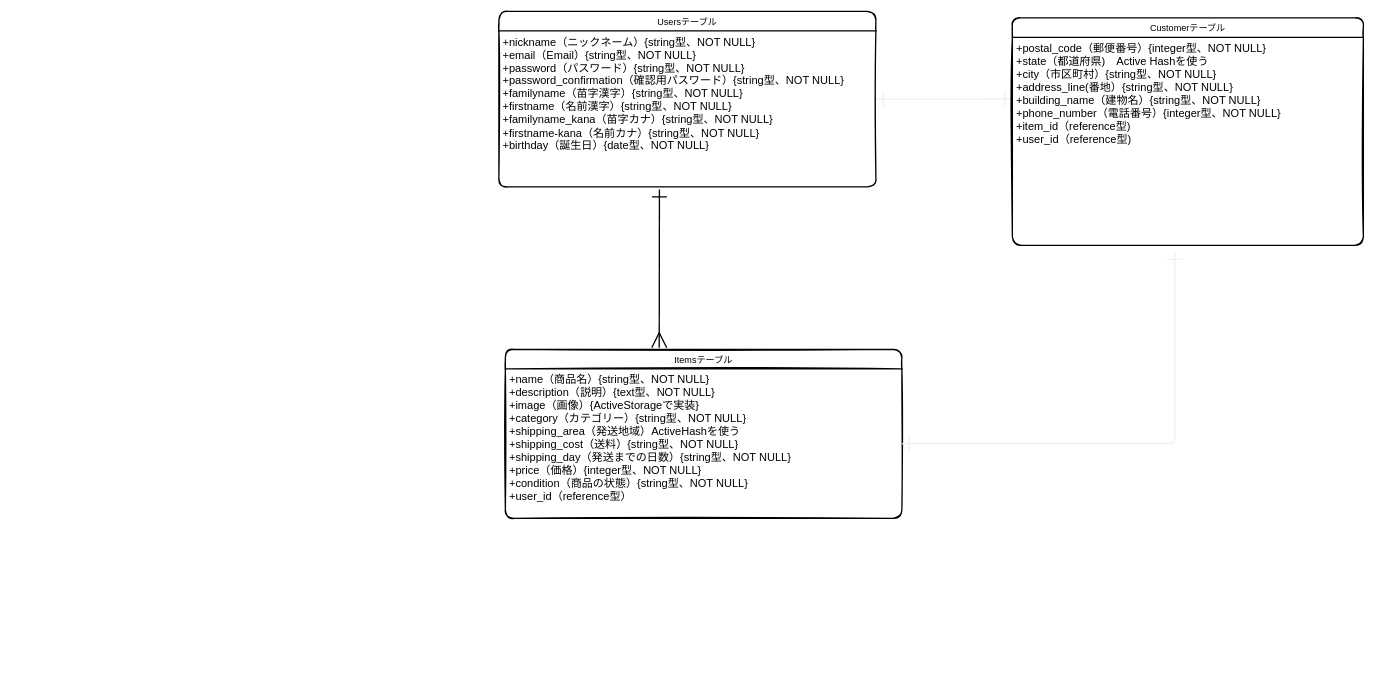
Before: page "ページ1" (1 of 2) of app/furuma.dio in morioka1206/furima-9916, a draw.io diagram. Source tidied: cells renumbered, new cells numbered last; positions are measured from the earlier drawing's top-left corner, leaving out a move shared by most shapes. Both pictures are drawn from the tidied source at 65%, with x=0, y=0 at pixel (499, 11).
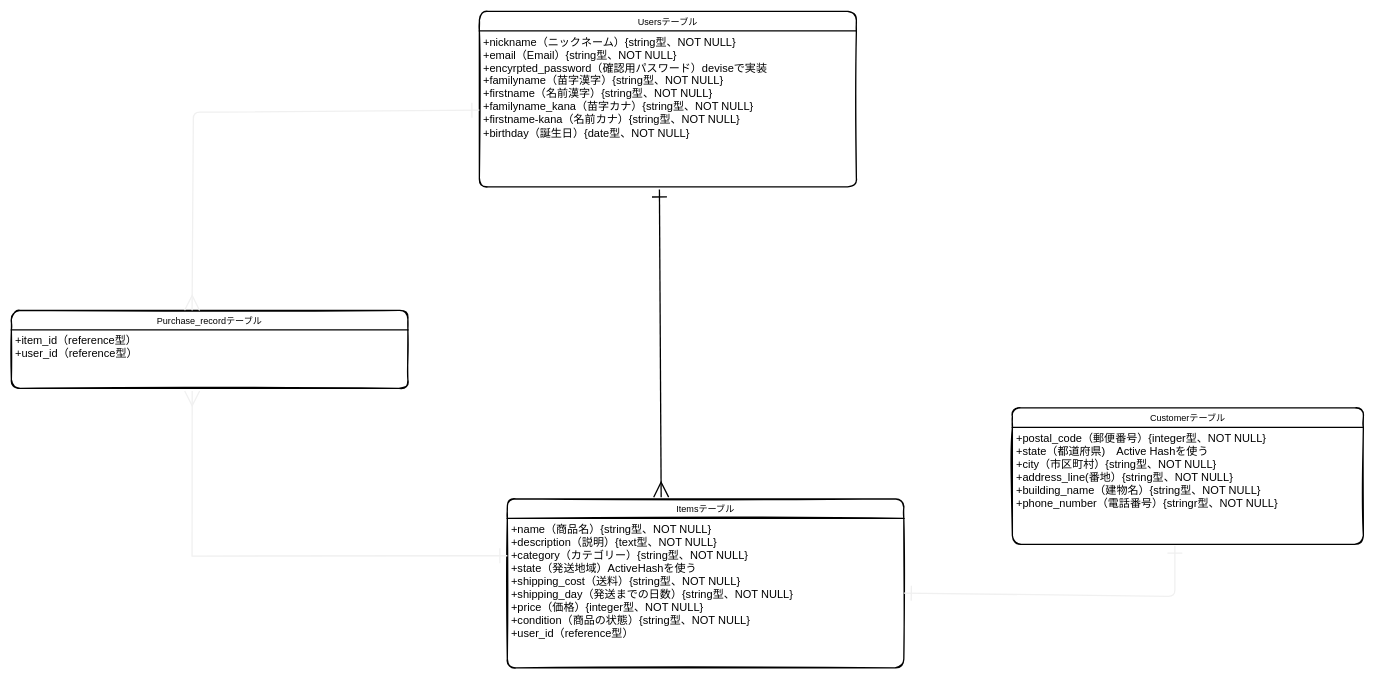
Above is the later version.

Commit message (it also covers changes not shown here):
データベース設計2

The edit, as a diff of the source:
```diff
@@
 <mxGraphModel>
   <root>
     <mxCell id="0" />
     <mxCell id="1" parent="0" />
-    <mxCell id="2" style="edgeStyle=none;rounded=0;sketch=0;jumpSize=4;jettySize=auto;html=1;exitX=1;exitY=0.5;exitDx=0;exitDy=0;startArrow=ERone;startFill=0;startSize=20;endArrow=ERone;endFill=0;endSize=20;targetPerimeterSpacing=0;strokeColor=#f0f0f0;strokeWidth=2;entryX=0;entryY=0.295;entryDx=0;entryDy=0;entryPerimeter=0;" parent="1" edge="1" source="3" target="6">
-      <mxGeometry relative="1" as="geometry">
-        <Array as="points">
-          <mxPoint x="740" y="135" />
-        </Array>
-      </mxGeometry>
-    </mxCell>
     <mxCell id="3" value="Usersテーブル" style="swimlane;horizontal=1;startSize=30;rounded=1;fontSize=14;fontStyle=0;strokeWidth=2;shadow=0;dashed=0;align=center;sketch=1;" parent="1" vertex="1">
-      <mxGeometry width="580" height="270" as="geometry" />
+      <mxGeometry x="-30" width="580" height="270" as="geometry" />
     </mxCell>
-    <mxCell id="4" value="+nickname（ニックネーム）{string型、NOT NULL}&#10;+email（Email）{string型、NOT NULL}&#10;+password（パスワード）{string型、NOT NULL}&#10;+password_confirmation（確認用パスワード）{string型、NOT NULL}&#10;+familyname（苗字漢字）{string型、NOT NULL}&#10;+firstname（名前漢字）{string型、NOT NULL}&#10;+familyname_kana（苗字カナ）{string型、NOT NULL}&#10;+firstname-kana（名前カナ）{string型、NOT NULL}&#10;+birthday（誕生日）{date型、NOT NULL}" style="align=left;strokeColor=none;fillColor=none;spacingLeft=4;fontSize=17;verticalAlign=top;sketch=1;" parent="3" vertex="1">
+    <mxCell id="4" value="+nickname（ニックネーム）{string型、NOT NULL}&#10;+email（Email）{string型、NOT NULL}&#10;+encyrpted_password（確認用パスワード）deviseで実装&#10;+familyname（苗字漢字）{string型、NOT NULL}&#10;+firstname（名前漢字）{string型、NOT NULL}&#10;+familyname_kana（苗字カナ）{string型、NOT NULL}&#10;+firstname-kana（名前カナ）{string型、NOT NULL}&#10;+birthday（誕生日）{date型、NOT NULL}" style="align=left;strokeColor=none;fillColor=none;spacingLeft=4;fontSize=17;verticalAlign=top;sketch=1;fontFamily=Helvetica;" parent="3" vertex="1">
       <mxGeometry y="30" width="580" height="240" as="geometry" />
     </mxCell>
     <mxCell id="5" value="Customerテーブル" style="swimlane;horizontal=1;startSize=30;rounded=1;fontSize=14;fontStyle=0;strokeWidth=2;shadow=0;dashed=0;align=center;sketch=1;" parent="1" vertex="1">
-      <mxGeometry x="790" y="10" width="540" height="350" as="geometry" />
+      <mxGeometry x="790" y="610" width="540" height="210" as="geometry" />
     </mxCell>
-    <mxCell id="6" value="+postal_code（郵便番号）{integer型、NOT NULL}&#10;+state（都道府県)　Active Hashを使う&#10;+city（市区町村）{string型、NOT NULL}&#10;+address_line(番地）{string型、NOT NULL}&#10;+building_name（建物名）{string型、NOT NULL}&#10;+phone_number（電話番号）{integer型、NOT NULL}&#10;+item_id（reference型)&#10;+user_id（reference型)&#10;" style="align=left;strokeColor=none;fillColor=none;spacingLeft=4;fontSize=17;verticalAlign=top;sketch=1;" parent="5" vertex="1">
-      <mxGeometry y="30" width="540" height="320" as="geometry" />
+    <mxCell id="6" value="+postal_code（郵便番号）{integer型、NOT NULL}&#10;+state（都道府県)　Active Hashを使う&#10;+city（市区町村）{string型、NOT NULL}&#10;+address_line(番地）{string型、NOT NULL}&#10;+building_name（建物名）{string型、NOT NULL}&#10;+phone_number（電話番号）{stringr型、NOT NULL}&#10;" style="align=left;strokeColor=none;fillColor=none;spacingLeft=4;fontSize=17;verticalAlign=top;sketch=1;" parent="5" vertex="1">
+      <mxGeometry y="30" width="540" height="180" as="geometry" />
     </mxCell>
     <mxCell id="7" value="Itemsテーブル" style="swimlane;horizontal=1;startSize=30;rounded=1;fontSize=14;fontStyle=0;strokeWidth=2;shadow=0;dashed=0;align=center;sketch=1;" parent="1" vertex="1">
-      <mxGeometry x="10" y="520" width="610" height="260" as="geometry" />
+      <mxGeometry x="13" y="750" width="610" height="260" as="geometry" />
     </mxCell>
-    <mxCell id="8" value="+name（商品名）{string型、NOT NULL}&#10;+description（説明）{text型、NOT NULL}&#10;+image（画像）{ActiveStorageで実装}&#10;+category（カテゴリー）{string型、NOT NULL}&#10;+shipping_area（発送地域）ActiveHashを使う&#10;+shipping_cost（送料）{string型、NOT NULL}&#10;+shipping_day（発送までの日数）{string型、NOT NULL}&#10;+price（価格）{integer型、NOT NULL}&#10;+condition（商品の状態）{string型、NOT NULL}&#10;+user_id（reference型）" style="align=left;strokeColor=none;fillColor=none;spacingLeft=4;fontSize=17;verticalAlign=top;sketch=1;" parent="7" vertex="1">
+    <mxCell id="8" value="+name（商品名）{string型、NOT NULL}&#10;+description（説明）{text型、NOT NULL}&#10;+category（カテゴリー）{string型、NOT NULL}&#10;+state（発送地域）ActiveHashを使う&#10;+shipping_cost（送料）{string型、NOT NULL}&#10;+shipping_day（発送までの日数）{string型、NOT NULL}&#10;+price（価格）{integer型、NOT NULL}&#10;+condition（商品の状態）{string型、NOT NULL}&#10;+user_id（reference型）" style="align=left;strokeColor=none;fillColor=none;spacingLeft=4;fontSize=17;verticalAlign=top;sketch=1;" parent="7" vertex="1">
       <mxGeometry y="30" width="610" height="230" as="geometry" />
     </mxCell>
     <mxCell id="9" style="rounded=0;sketch=0;jumpSize=4;jettySize=auto;html=1;entryX=0.388;entryY=-0.01;entryDx=0;entryDy=0;entryPerimeter=0;startArrow=ERone;startFill=0;targetPerimeterSpacing=0;strokeWidth=2;endArrow=ERmany;endFill=0;endSize=20;startSize=20;" parent="1" edge="1" target="7">
       <mxGeometry relative="1" as="geometry">
         <mxPoint x="247" y="274" as="sourcePoint" />
       </mxGeometry>
     </mxCell>
-    <mxCell id="10" style="edgeStyle=none;rounded=1;sketch=0;jumpSize=4;jettySize=auto;html=1;exitX=1;exitY=0.5;exitDx=0;exitDy=0;startArrow=ERone;startFill=0;startSize=20;endArrow=ERone;endFill=0;endSize=20;targetPerimeterSpacing=0;strokeColor=#f0f0f0;strokeWidth=2;" parent="1" edge="1" source="8">
+    <mxCell id="10" style="edgeStyle=none;rounded=1;sketch=0;jumpSize=4;jettySize=auto;html=1;exitX=1;exitY=0.5;exitDx=0;exitDy=0;startArrow=ERone;startFill=0;startSize=20;endArrow=ERone;endFill=0;endSize=20;targetPerimeterSpacing=0;strokeColor=#f0f0f0;strokeWidth=2;entryX=0.463;entryY=1.011;entryDx=0;entryDy=0;entryPerimeter=0;" parent="1" edge="1" source="8" target="6">
       <mxGeometry relative="1" as="geometry">
-        <mxPoint x="1040" y="370" as="targetPoint" />
         <Array as="points">
-          <mxPoint x="1040" y="665" />
+          <mxPoint x="1040" y="900" />
         </Array>
       </mxGeometry>
     </mxCell>
+    <mxCell id="11" value="Purchase_recordテーブル" style="swimlane;horizontal=1;startSize=30;rounded=1;fontSize=14;fontStyle=0;strokeWidth=2;shadow=0;dashed=0;align=center;sketch=1;" parent="1" vertex="1">
+      <mxGeometry x="-750" y="460" width="610" height="120" as="geometry" />
+    </mxCell>
+    <mxCell id="12" value="+item_id（reference型）&#10;+user_id（reference型）" style="align=left;strokeColor=none;fillColor=none;spacingLeft=4;fontSize=17;verticalAlign=top;sketch=1;" parent="11" vertex="1">
+      <mxGeometry y="30" width="610" height="90" as="geometry" />
+    </mxCell>
+    <mxCell id="13" style="edgeStyle=none;rounded=1;sketch=0;jumpSize=4;jettySize=auto;html=1;startArrow=ERone;startFill=0;startSize=20;endArrow=ERmany;endFill=0;endSize=20;targetPerimeterSpacing=0;strokeColor=#f0f0f0;strokeWidth=2;fontSize=17;" parent="1" edge="1" source="4">
+      <mxGeometry relative="1" as="geometry">
+        <mxPoint x="-472" y="460" as="targetPoint" />
+        <Array as="points">
+          <mxPoint x="-440" y="155" />
+          <mxPoint x="-470" y="155" />
+        </Array>
+      </mxGeometry>
+    </mxCell>
+    <mxCell id="14" style="edgeStyle=none;rounded=0;sketch=0;jumpSize=4;jettySize=auto;html=1;startArrow=ERmany;startFill=0;startSize=20;endArrow=ERone;endFill=0;endSize=20;targetPerimeterSpacing=0;strokeColor=#f0f0f0;strokeWidth=2;fontSize=17;entryX=0;entryY=0.25;entryDx=0;entryDy=0;exitX=0.456;exitY=1.044;exitDx=0;exitDy=0;exitPerimeter=0;" parent="1" edge="1" source="12" target="8">
+      <mxGeometry relative="1" as="geometry">
+        <Array as="points">
+          <mxPoint x="-472" y="838" />
+        </Array>
+      </mxGeometry>
+    </mxCell>
   </root>
 </mxGraphModel>
```
